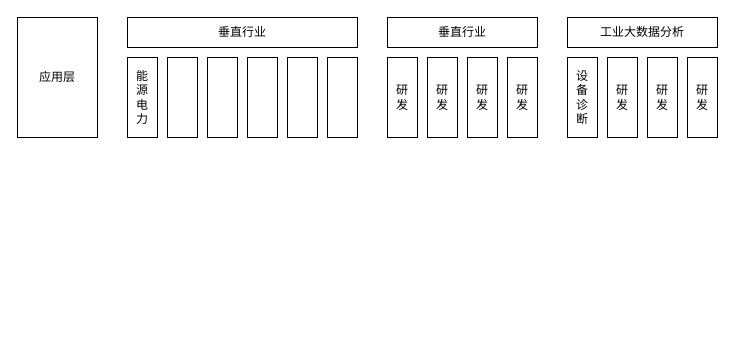
Earlier version of the draw.io diagram draw.io/Untitled Diagram.drawio (Peiiii/notes). Source tidied: cells renumbered, new cells numbered last; positions are measured from the earlier drawing's top-left corner, leaving out a move shared by most shapes. Both pictures are drawn from the tidied source at 100%, with x=0, y=0 at pixel (17, 17).
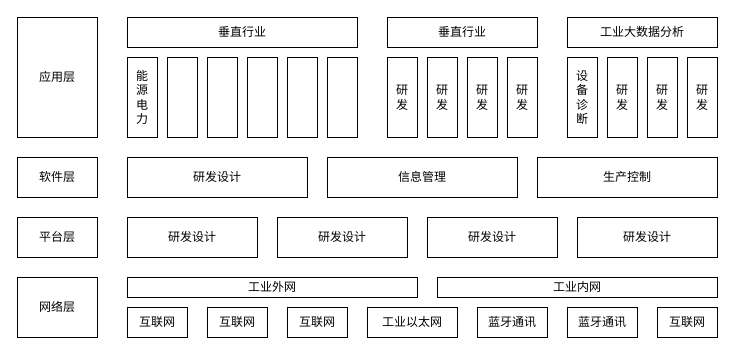
The same diagram, later.

What changed in the source:
```diff
@@
+    <mxCell id="20" value="软件层" style="rounded=0;whiteSpace=wrap;html=1;" parent="1" vertex="1">
+      <mxGeometry y="140" width="80" height="40" as="geometry" />
+    </mxCell>
+    <mxCell id="21" style="edgeStyle=orthogonalEdgeStyle;rounded=0;orthogonalLoop=1;jettySize=auto;html=1;exitX=0.5;exitY=1;exitDx=0;exitDy=0;" parent="1" edge="1" source="20" target="20">
+      <mxGeometry relative="1" as="geometry" />
+    </mxCell>
+    <mxCell id="22" value="研发设计" style="rounded=0;whiteSpace=wrap;html=1;" parent="1" vertex="1">
+      <mxGeometry x="110" y="140" width="180" height="40" as="geometry" />
+    </mxCell>
+    <mxCell id="23" value="信息管理" style="rounded=0;whiteSpace=wrap;html=1;" parent="1" vertex="1">
+      <mxGeometry x="310" y="140" width="190" height="40" as="geometry" />
+    </mxCell>
+    <mxCell id="24" value="生产控制" style="rounded=0;whiteSpace=wrap;html=1;" parent="1" vertex="1">
+      <mxGeometry x="520" y="140" width="180" height="40" as="geometry" />
+    </mxCell>
+    <mxCell id="25" value="平台层" style="rounded=0;whiteSpace=wrap;html=1;" parent="1" vertex="1">
+      <mxGeometry y="200" width="80" height="40" as="geometry" />
+    </mxCell>
+    <mxCell id="26" style="edgeStyle=orthogonalEdgeStyle;rounded=0;orthogonalLoop=1;jettySize=auto;html=1;exitX=0.5;exitY=1;exitDx=0;exitDy=0;" parent="1" edge="1" source="25" target="25">
+      <mxGeometry relative="1" as="geometry" />
+    </mxCell>
+    <mxCell id="27" value="研发设计" style="rounded=0;whiteSpace=wrap;html=1;" parent="1" vertex="1">
+      <mxGeometry x="110" y="200" width="130" height="40" as="geometry" />
+    </mxCell>
+    <mxCell id="28" value="研发设计" style="rounded=0;whiteSpace=wrap;html=1;" parent="1" vertex="1">
+      <mxGeometry x="260" y="200" width="130" height="40" as="geometry" />
+    </mxCell>
+    <mxCell id="29" value="研发设计" style="rounded=0;whiteSpace=wrap;html=1;" parent="1" vertex="1">
+      <mxGeometry x="410" y="200" width="130" height="40" as="geometry" />
+    </mxCell>
+    <mxCell id="30" value="研发设计" style="rounded=0;whiteSpace=wrap;html=1;" parent="1" vertex="1">
+      <mxGeometry x="560" y="200" width="140" height="40" as="geometry" />
+    </mxCell>
+    <mxCell id="31" value="网络层" style="rounded=0;whiteSpace=wrap;html=1;" parent="1" vertex="1">
+      <mxGeometry y="260" width="80" height="60" as="geometry" />
+    </mxCell>
+    <mxCell id="32" value="工业外网" style="rounded=0;whiteSpace=wrap;html=1;" parent="1" vertex="1">
+      <mxGeometry x="110" y="260" width="290" height="20" as="geometry" />
+    </mxCell>
+    <mxCell id="33" value="工业内网" style="rounded=0;whiteSpace=wrap;html=1;" parent="1" vertex="1">
+      <mxGeometry x="420" y="260" width="280" height="20" as="geometry" />
+    </mxCell>
+    <mxCell id="34" value="互联网" style="rounded=0;whiteSpace=wrap;html=1;" parent="1" vertex="1">
+      <mxGeometry x="110" y="290" width="60" height="30" as="geometry" />
+    </mxCell>
+    <mxCell id="35" value="互联网" style="rounded=0;whiteSpace=wrap;html=1;" parent="1" vertex="1">
+      <mxGeometry x="190" y="290" width="60" height="30" as="geometry" />
+    </mxCell>
+    <mxCell id="36" value="互联网" style="rounded=0;whiteSpace=wrap;html=1;" parent="1" vertex="1">
+      <mxGeometry x="270" y="290" width="60" height="30" as="geometry" />
+    </mxCell>
+    <mxCell id="37" value="互联网" style="rounded=0;whiteSpace=wrap;html=1;" parent="1" vertex="1">
+      <mxGeometry x="640" y="290" width="60" height="30" as="geometry" />
+    </mxCell>
+    <mxCell id="38" value="蓝牙通讯" style="rounded=0;whiteSpace=wrap;html=1;" parent="1" vertex="1">
+      <mxGeometry x="550" y="290" width="70" height="30" as="geometry" />
+    </mxCell>
+    <mxCell id="39" value="蓝牙通讯" style="rounded=0;whiteSpace=wrap;html=1;" parent="1" vertex="1">
+      <mxGeometry x="460" y="290" width="70" height="30" as="geometry" />
+    </mxCell>
+    <mxCell id="40" value="工业以太网" style="rounded=0;whiteSpace=wrap;html=1;" parent="1" vertex="1">
+      <mxGeometry x="350" y="290" width="90" height="30" as="geometry" />
+    </mxCell>
```
